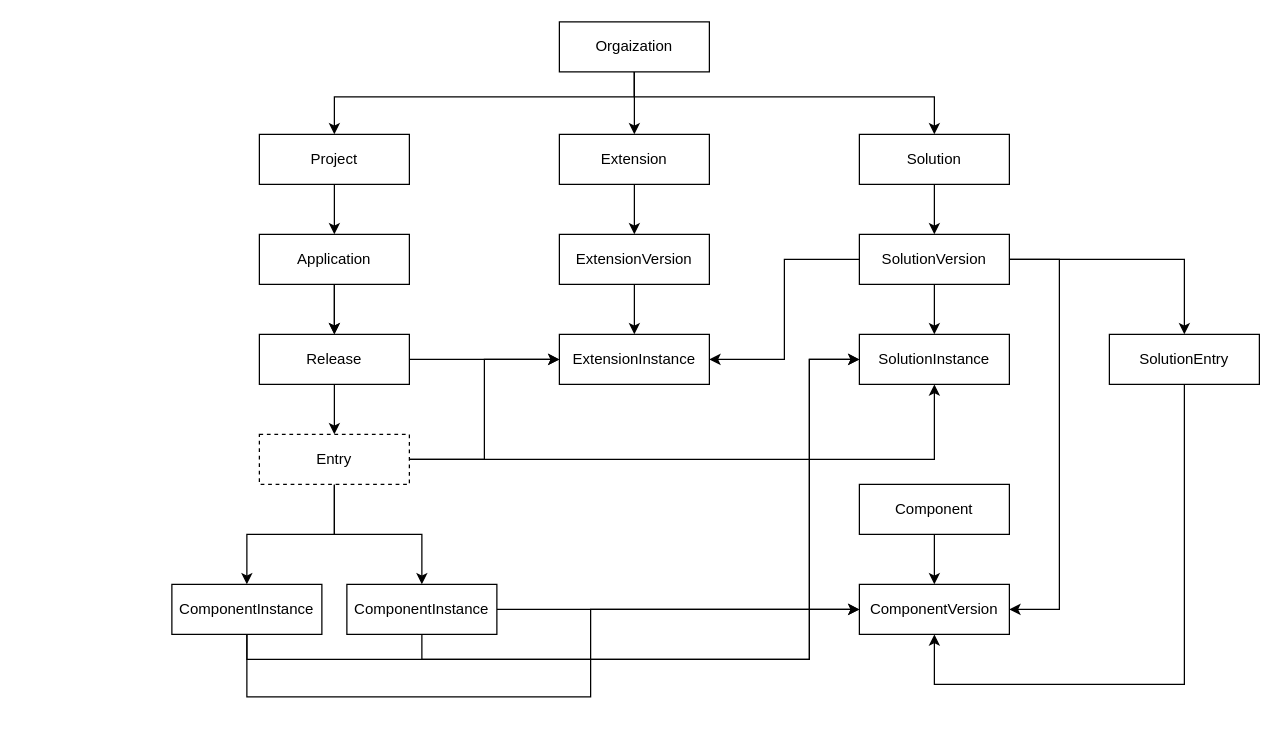
This is doc/系统结构.dio from wenchuanli1989/groot, a draw.io file, before an edit. Source tidied: cells renumbered, new cells numbered last; positions are measured from the earlier drawing's top-left corner, leaving out a move shared by most shapes. Both pictures are drawn from the tidied source at 125%, with x=0, y=0 at pixel (171, 21).
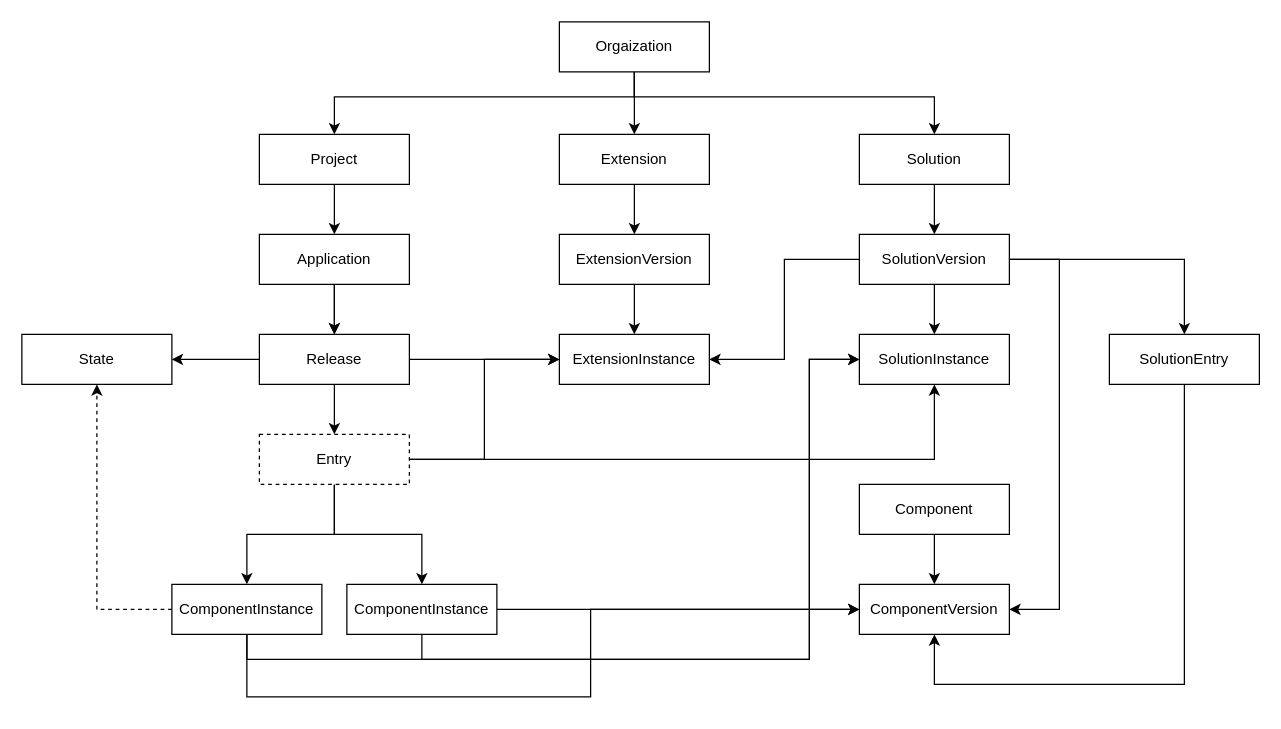
Above is the later version.

The change refers to these unchanged cells:
```xml
<mxCell id="27" value="Release" style="whiteSpace=wrap;html=1;" parent="1" vertex="1">
  <mxGeometry x="70" y="250" width="120" height="40" as="geometry" />
</mxCell>
<mxCell id="34" value="ComponentInstance" style="whiteSpace=wrap;html=1;" parent="1" vertex="1">
  <mxGeometry y="450" width="120" height="40" as="geometry" />
</mxCell>
```

The edit, as a diff of the source:
```diff
@@
+    <mxCell id="43" style="edgeStyle=orthogonalEdgeStyle;rounded=0;html=1;exitX=0;exitY=0.5;exitDx=0;exitDy=0;entryX=1;entryY=0.5;entryDx=0;entryDy=0;" parent="1" edge="1" source="27" target="45">
+      <mxGeometry relative="1" as="geometry" />
+    </mxCell>
@@
+    <mxCell id="44" style="edgeStyle=orthogonalEdgeStyle;rounded=0;html=1;exitX=0;exitY=0.5;exitDx=0;exitDy=0;dashed=1;" parent="1" edge="1" source="34" target="45">
+      <mxGeometry relative="1" as="geometry" />
+    </mxCell>
@@
+    <mxCell id="45" value="State" style="whiteSpace=wrap;html=1;" parent="1" vertex="1">
+      <mxGeometry x="-120" y="250" width="120" height="40" as="geometry" />
+    </mxCell>
```
